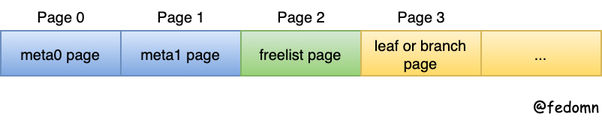
This is boltdb-dbfile-disk-layout.png from Fedomn/misc-blog-assets, a draw.io export, as it was before one commit. Source tidied: cells renumbered, new cells last; positions are measured from the earlier drawing's top-left corner, leaving out a move shared by most shapes. Its diagram source:
```xml
<mxGraphModel>
  <root>
    <mxCell id="0" />
    <mxCell id="1" parent="0" />
    <mxCell id="2" value="&lt;font&gt;meta0 page&lt;/font&gt;" style="whiteSpace=wrap;html=1;fontFamily=Helvetica;fontSize=10;align=center;fontStyle=0;fillColor=#dae8fc;strokeColor=#6c8ebf;gradientColor=#7ea6e0;" parent="1" vertex="1">
      <mxGeometry y="20" width="80" height="30" as="geometry" />
    </mxCell>
    <mxCell id="3" value="meta1 page" style="whiteSpace=wrap;html=1;fontFamily=Helvetica;fontSize=10;align=center;fontStyle=0;fillColor=#dae8fc;strokeColor=#6c8ebf;gradientColor=#7ea6e0;" parent="1" vertex="1">
      <mxGeometry x="80" y="20" width="80" height="30" as="geometry" />
    </mxCell>
    <mxCell id="4" value="freelist page" style="whiteSpace=wrap;html=1;fontFamily=Helvetica;fontSize=10;align=center;fontStyle=0;fillColor=#d5e8d4;strokeColor=#82b366;gradientColor=#97d077;" parent="1" vertex="1">
      <mxGeometry x="160" y="20" width="80" height="30" as="geometry" />
    </mxCell>
    <mxCell id="5" value="leaf or branch page" style="whiteSpace=wrap;html=1;fontFamily=Helvetica;fontSize=10;align=center;fontStyle=0;fillColor=#fff2cc;strokeColor=#d6b656;gradientColor=#ffd966;" parent="1" vertex="1">
      <mxGeometry x="240" y="20" width="80" height="30" as="geometry" />
    </mxCell>
    <mxCell id="6" value="..." style="whiteSpace=wrap;html=1;fontFamily=Helvetica;fontSize=10;align=center;fontStyle=0;fillColor=#fff2cc;strokeColor=#d6b656;gradientColor=#ffd966;" parent="1" vertex="1">
      <mxGeometry x="320" y="20" width="80" height="30" as="geometry" />
    </mxCell>
    <mxCell id="7" value="Page 0" style="text;html=1;align=center;verticalAlign=middle;fillColor=none;strokeColor=none;rounded=0;fontFamily=Helvetica;fontSize=10;" parent="1" vertex="1">
      <mxGeometry x="15" width="50" height="20" as="geometry" />
    </mxCell>
    <mxCell id="8" value="Page 1" style="text;html=1;align=center;verticalAlign=middle;fillColor=none;strokeColor=none;rounded=0;fontFamily=Helvetica;fontSize=10;" parent="1" vertex="1">
      <mxGeometry x="95" width="50" height="20" as="geometry" />
    </mxCell>
    <mxCell id="9" value="Page 2" style="text;html=1;align=center;verticalAlign=middle;fillColor=none;strokeColor=none;rounded=0;fontFamily=Helvetica;fontSize=10;" parent="1" vertex="1">
      <mxGeometry x="175" width="50" height="20" as="geometry" />
    </mxCell>
    <mxCell id="10" value="Page 3" style="text;html=1;align=center;verticalAlign=middle;fillColor=none;strokeColor=none;rounded=0;fontFamily=Helvetica;fontSize=10;" parent="1" vertex="1">
      <mxGeometry x="255" width="50" height="20" as="geometry" />
    </mxCell>
    <mxCell id="11" value="@fedomn" style="text;html=1;align=right;verticalAlign=middle;fillColor=none;strokeColor=none;rounded=0;fontStyle=0;fontFamily=Comic Sans MS;fontSize=10;" parent="1" vertex="1">
      <mxGeometry x="340" y="60" width="60" height="20" as="geometry" />
    </mxCell>
  </root>
</mxGraphModel>
```
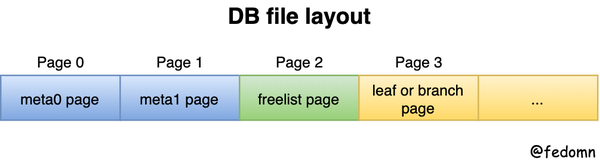
After the commit.

Diff of the diagram source:
```diff
@@ -32,5 +32,8 @@
     <mxCell id="11" value="@fedomn" style="text;html=1;align=right;verticalAlign=middle;fillColor=none;strokeColor=none;rounded=0;fontStyle=0;fontFamily=Comic Sans MS;fontSize=10;" parent="1" vertex="1">
       <mxGeometry x="340" y="60" width="60" height="20" as="geometry" />
     </mxCell>
+    <mxCell id="12" value="&lt;b&gt;&lt;font style=&quot;font-size: 15px&quot;&gt;DB file layout&lt;/font&gt;&lt;/b&gt;" style="text;html=1;align=center;verticalAlign=middle;fillColor=none;strokeColor=none;rounded=0;fontFamily=Helvetica;fontSize=10;" parent="1" vertex="1">
+      <mxGeometry x="145" y="-30" width="110" height="20" as="geometry" />
+    </mxCell>
   </root>
 </mxGraphModel>
```
